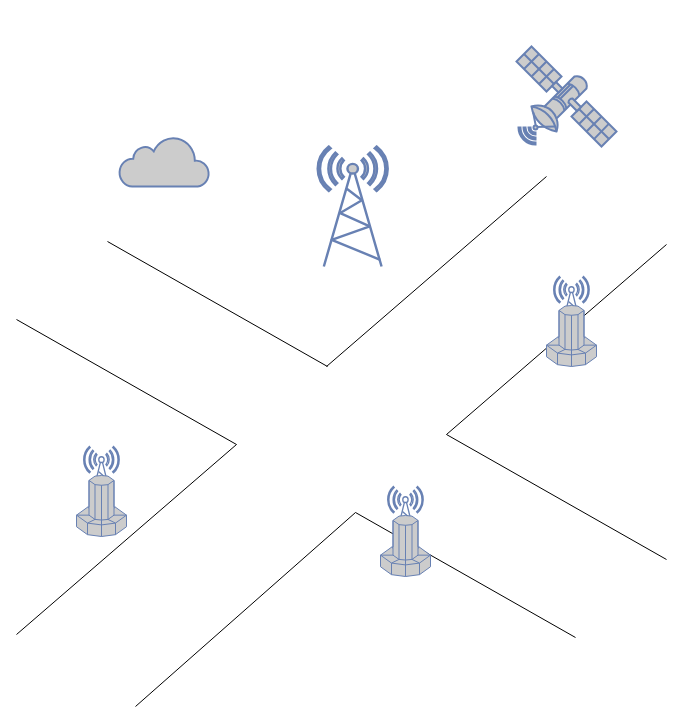
Earlier version of the draw.io diagram cluster/vanet-sys.drawio (trevorHsu/draftChart). Source tidied: cells renumbered, new cells numbered last; positions are measured from the earlier drawing's top-left corner, leaving out a move shared by most shapes. Both pictures are drawn from the tidied source at 100%, with x=0, y=0 at pixel (16, 46).
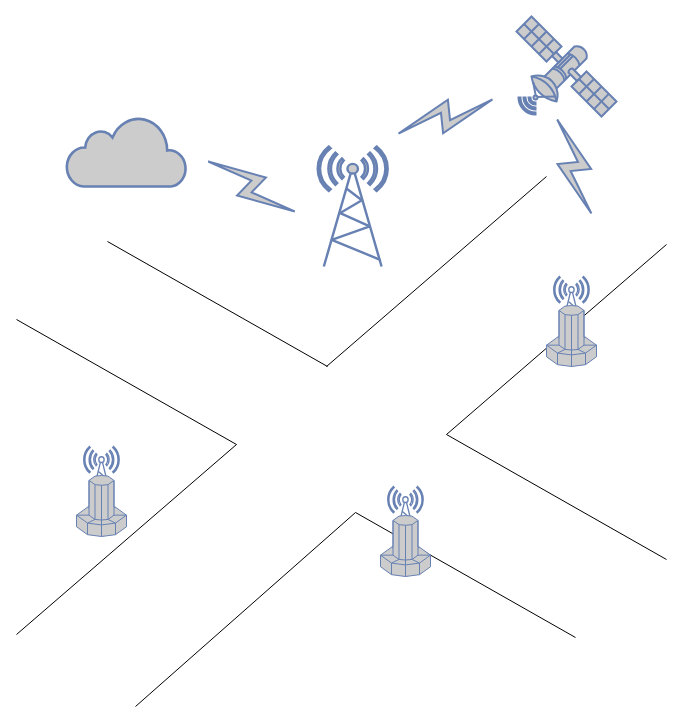
Above is the later version.

What changed in the source:
```diff
@@
     <mxCell id="3" style="fontColor=#0066CC;verticalAlign=top;verticalLabelPosition=bottom;labelPosition=center;align=center;html=1;fillColor=#CCCCCC;strokeColor=#6881B3;gradientColor=none;gradientDirection=north;strokeWidth=2;shape=mxgraph.networks.satellite;rotation=0;" parent="1" vertex="1">
-      <mxGeometry x="500" width="100" height="100" as="geometry" />
+      <mxGeometry x="500" y="-30" width="100" height="100" as="geometry" />
     </mxCell>
@@
     <mxCell id="5" style="html=1;fillColor=#CCCCCC;strokeColor=#6881B3;gradientColor=none;gradientDirection=north;strokeWidth=2;shape=mxgraph.networks.cloud;fontColor=#ffffff;" parent="1" vertex="1">
-      <mxGeometry x="102.8" y="90" width="90" height="50" as="geometry" />
+      <mxGeometry x="50" y="70" width="120" height="70" as="geometry" />
     </mxCell>
@@
+    <mxCell id="19" style="fontColor=#0066CC;verticalAlign=top;verticalLabelPosition=bottom;labelPosition=center;align=center;html=1;fillColor=#CCCCCC;strokeColor=#6881B3;gradientColor=none;gradientDirection=north;strokeWidth=2;shape=mxgraph.networks.comm_link;fillStyle=auto;rotation=-20;" parent="1" vertex="1">
+      <mxGeometry x="542.8" y="70" width="30" height="100" as="geometry" />
+    </mxCell>
+    <mxCell id="20" style="fontColor=#0066CC;verticalAlign=top;verticalLabelPosition=bottom;labelPosition=center;align=center;html=1;fillColor=#CCCCCC;strokeColor=#6881B3;gradientColor=none;gradientDirection=north;strokeWidth=2;shape=mxgraph.networks.comm_link;fillStyle=auto;rotation=70;" parent="1" vertex="1">
+      <mxGeometry x="414" y="20" width="30" height="100" as="geometry" />
+    </mxCell>
+    <mxCell id="21" style="fontColor=#0066CC;verticalAlign=top;verticalLabelPosition=bottom;labelPosition=center;align=center;html=1;fillColor=#CCCCCC;strokeColor=#6881B3;gradientColor=none;gradientDirection=north;strokeWidth=2;shape=mxgraph.networks.comm_link;fillStyle=auto;rotation=-60;" parent="1" vertex="1">
+      <mxGeometry x="220" y="90" width="30" height="100" as="geometry" />
+    </mxCell>
```
